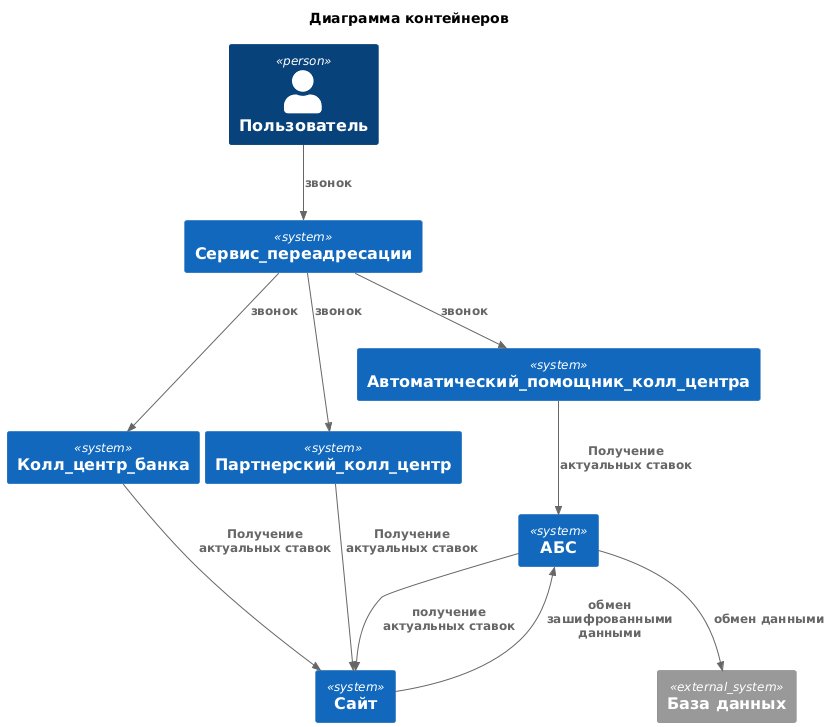
The PlantUML diagram Task4/Диаграмма контейнеров.png in KatodForAnod/architecture-standart, before a commit.
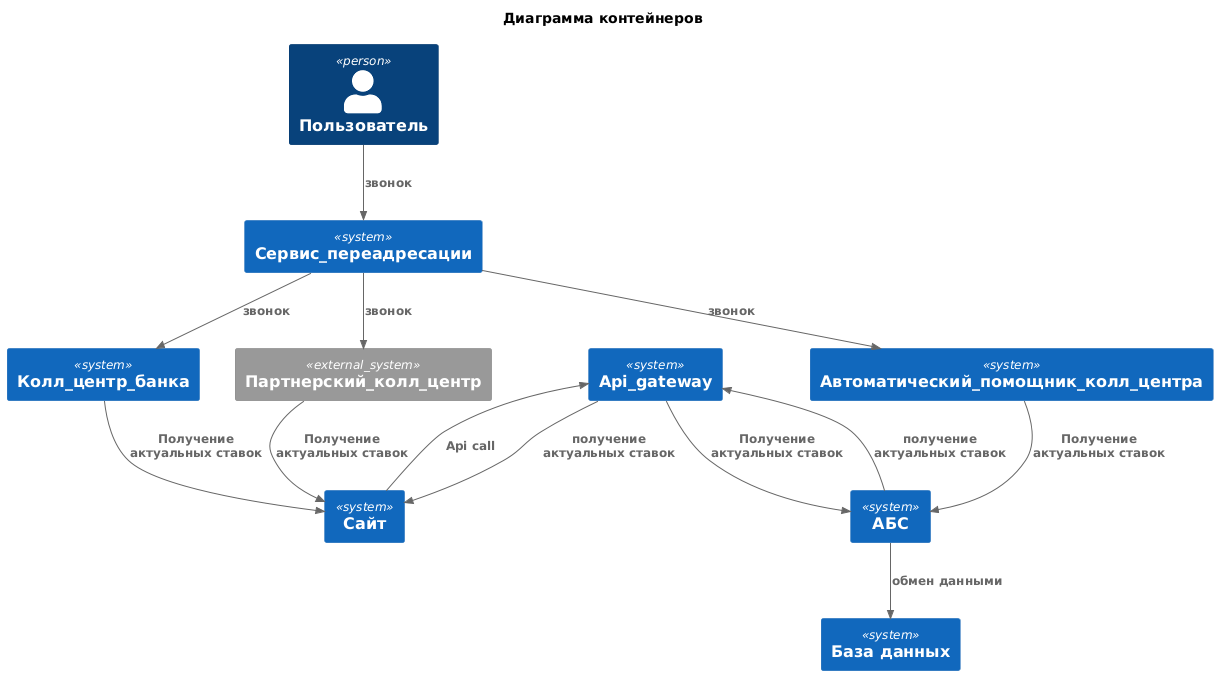
The same file after the commit.

Change to the diagram source:
```diff
@@ -7,10 +7,11 @@
 System(Сайт, "Сайт")
 System(Сервис_переадресации, "Сервис_переадресации")
 System(Колл_центр_банка, "Колл_центр_банка")
-System(Партнерский_колл_центр, "Партнерский_колл_центр")
+System_Ext(Партнерский_колл_центр, "Партнерский_колл_центр")
 System(Автоматический_помощник_колл_центра, "Автоматический_помощник_колл_центра")
 System(АБС, "АБС")
-System_Ext(База_данных, "База данных")
+System(Api_gateway, "Api_gateway")
+System(База_данных, "База данных")
 
 
 Rel(Пользователь, Сервис_переадресации, "звонок")
@@ -19,14 +20,16 @@
 Rel(Сервис_переадресации, Автоматический_помощник_колл_центра, "звонок")
 
 Rel(Колл_центр_банка, Сайт, "Получение актуальных ставок")
+Rel(Сайт, Api_gateway, "Api call")
+Rel(Api_gateway, АБС, "Получение актуальных ставок")
 Rel(Партнерский_колл_центр, Сайт, "Получение актуальных ставок")
 Rel(Автоматический_помощник_колл_центра, АБС, "Получение актуальных ставок")
 
 
 
-Rel(Сайт, АБС, "обмен зашифрованными данными")
 
-Rel_Neighbor(АБС, Сайт, "получение актуальных ставок")
+Rel_Neighbor(АБС, Api_gateway, "получение актуальных ставок")
+Rel_Neighbor(Api_gateway, Сайт, "получение актуальных ставок")
 
 Rel(АБС, База_данных, "обмен данными")
 @enduml
```
